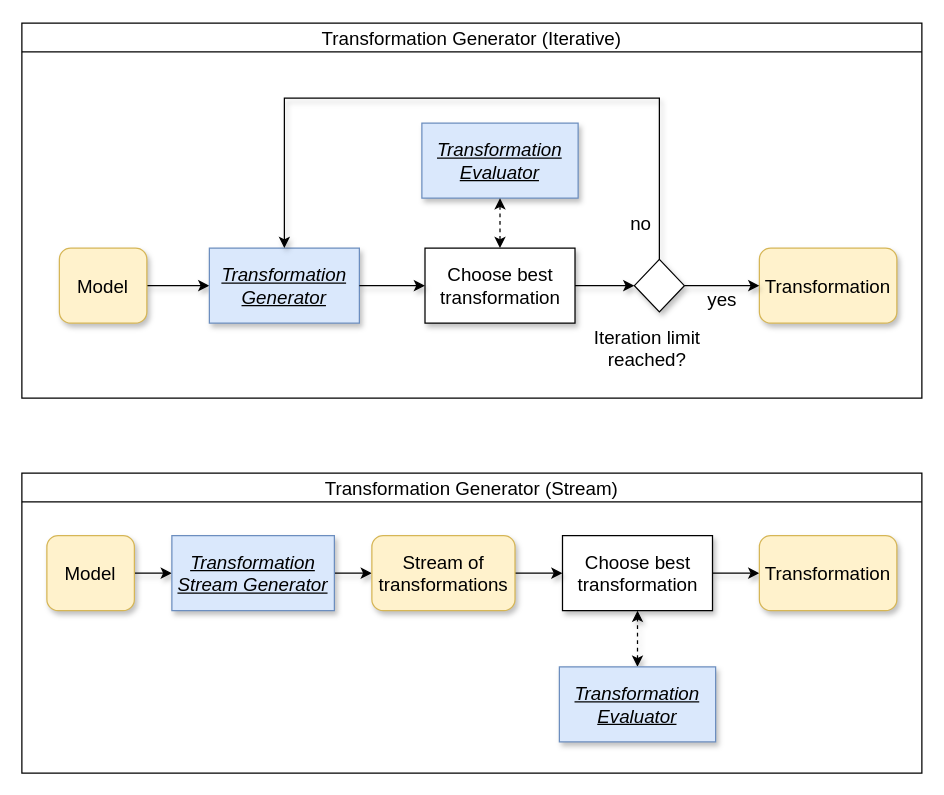
Earlier version of the draw.io diagram graphics/TransformationGen.drawio (crschnick/Master-Thesis). Source tidied: cells renumbered, new cells numbered last; positions are measured from the earlier drawing's top-left corner, leaving out a move shared by most shapes. Both pictures are drawn from the tidied source at 125%, with x=0, y=0 at pixel (21, 22).
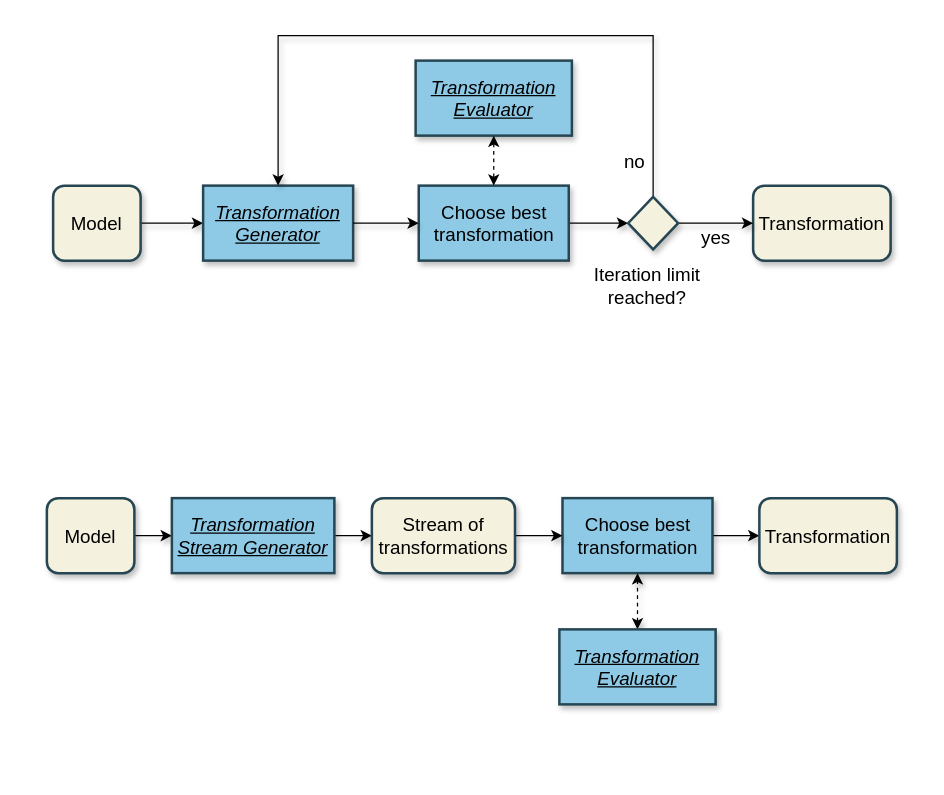
After the change.

The edit, as a diff of the source:
```diff
@@
-    <mxCell id="2" value="Transformation Generator (Iterative)" style="swimlane;sketch=0;fontSize=15;fontStyle=0;" parent="1" vertex="1">
-      <mxGeometry width="720" height="300" as="geometry" />
+    <mxCell id="2" style="swimlane;sketch=0;fontSize=15;fontStyle=0;fillColor=none;strokeColor=none;" parent="1" vertex="1">
+      <mxGeometry width="720" height="240" as="geometry" />
     </mxCell>
@@
-    <mxCell id="4" value="&lt;font style=&quot;font-size: 15px&quot;&gt;Model&lt;/font&gt;" style="rounded=1;whiteSpace=wrap;html=1;fillColor=#fff2cc;strokeColor=#d6b656;fontSize=15;shadow=1;" parent="2" vertex="1">
-      <mxGeometry x="30" y="180" width="70" height="60" as="geometry" />
+    <mxCell id="4" value="&lt;font style=&quot;font-size: 15px&quot;&gt;Model&lt;/font&gt;" style="rounded=1;whiteSpace=wrap;html=1;sketch=0;fillColor=#f4f1de;fontSize=15;shadow=1;strokeColor=#264653;strokeWidth=2;" parent="2" vertex="1">
+      <mxGeometry x="25" y="130" width="70" height="60" as="geometry" />
     </mxCell>
-    <mxCell id="5" value="&lt;u style=&quot;font-size: 15px;&quot;&gt;&lt;i style=&quot;font-size: 15px;&quot;&gt;Transformation Generator&lt;/i&gt;&lt;/u&gt;" style="rounded=0;whiteSpace=wrap;html=1;sketch=0;fillColor=#dae8fc;strokeColor=#6c8ebf;fontSize=15;shadow=1;" parent="2" vertex="1">
-      <mxGeometry x="150" y="180" width="120" height="60" as="geometry" />
+    <mxCell id="5" value="&lt;u style=&quot;font-size: 15px;&quot;&gt;&lt;i style=&quot;font-size: 15px;&quot;&gt;Transformation Generator&lt;/i&gt;&lt;/u&gt;" style="rounded=0;whiteSpace=wrap;html=1;sketch=0;fillColor=#8ecae6;strokeColor=#264653;fontSize=15;shadow=1;strokeWidth=2;glass=0;" parent="2" vertex="1">
+      <mxGeometry x="145" y="130" width="120" height="60" as="geometry" />
     </mxCell>
-    <mxCell id="6" value="&lt;font style=&quot;font-size: 15px&quot;&gt;Transformation&lt;/font&gt;" style="rounded=1;whiteSpace=wrap;html=1;sketch=0;fillColor=#fff2cc;strokeColor=#d6b656;fontSize=15;shadow=1;" parent="2" vertex="1">
-      <mxGeometry x="590" y="180" width="110" height="60" as="geometry" />
+    <mxCell id="6" value="&lt;font style=&quot;font-size: 15px&quot;&gt;Transformation&lt;/font&gt;" style="rounded=1;whiteSpace=wrap;html=1;sketch=0;fillColor=#f4f1de;fontSize=15;shadow=1;strokeColor=#264653;strokeWidth=2;" parent="2" vertex="1">
+      <mxGeometry x="585" y="130" width="110" height="60" as="geometry" />
     </mxCell>
@@
-    <mxCell id="8" value="Choose best transformation" style="rounded=0;whiteSpace=wrap;html=1;sketch=0;fontSize=15;shadow=1;" parent="2" vertex="1">
-      <mxGeometry x="322.5" y="180" width="120" height="60" as="geometry" />
+    <mxCell id="8" value="Choose best transformation" style="rounded=0;whiteSpace=wrap;html=1;sketch=0;fillColor=#8ecae6;strokeColor=#264653;fontSize=15;shadow=1;strokeWidth=2;glass=0;" parent="2" vertex="1">
+      <mxGeometry x="317.5" y="130" width="120" height="60" as="geometry" />
     </mxCell>
@@
     <mxCell id="10" value="&lt;div style=&quot;font-size: 15px;&quot;&gt;Iteration limit&lt;/div&gt;&lt;div style=&quot;font-size: 15px;&quot;&gt;reached?&lt;/div&gt;" style="text;html=1;align=center;verticalAlign=middle;strokeColor=none;fontSize=15;shadow=1;" parent="2" vertex="1">
-      <mxGeometry x="450" y="240" width="100" height="40" as="geometry" />
+      <mxGeometry x="450" y="190" width="100" height="40" as="geometry" />
     </mxCell>
     <mxCell id="11" value="&lt;div style=&quot;font-size: 15px;&quot;&gt;yes&lt;/div&gt;" style="text;html=1;align=center;verticalAlign=middle;strokeColor=none;fontSize=15;shadow=1;" parent="2" vertex="1">
-      <mxGeometry x="540" y="211" width="40" height="20" as="geometry" />
+      <mxGeometry x="535" y="161" width="40" height="20" as="geometry" />
     </mxCell>
     <mxCell id="12" value="no" style="text;html=1;align=center;verticalAlign=middle;strokeColor=none;fontSize=15;shadow=1;" parent="2" vertex="1">
-      <mxGeometry x="480" y="150" width="30" height="20" as="geometry" />
+      <mxGeometry x="475" y="100" width="30" height="20" as="geometry" />
     </mxCell>
@@
     <mxCell id="14" style="edgeStyle=orthogonalEdgeStyle;rounded=0;jettySize=auto;html=1;entryX=0.5;entryY=0;entryDx=0;entryDy=0;fontSize=15;shadow=1;" parent="2" edge="1" source="15" target="5">
       <mxGeometry relative="1" as="geometry">
         <Array as="points">
-          <mxPoint x="510" y="60" />
-          <mxPoint x="210" y="60" />
+          <mxPoint x="505" y="10" />
+          <mxPoint x="205" y="10" />
         </Array>
       </mxGeometry>
     </mxCell>
-    <mxCell id="15" style="rhombus;whiteSpace=wrap;html=1;shadow=1;sketch=0;fontSize=15;" parent="2" vertex="1">
-      <mxGeometry x="490" y="189" width="40" height="42" as="geometry" />
+    <mxCell id="15" style="rhombus;whiteSpace=wrap;html=1;shadow=1;sketch=0;fontSize=15;strokeWidth=2;strokeColor=#264653;fillColor=#F4F1DE;" parent="2" vertex="1">
+      <mxGeometry x="485" y="139" width="40" height="42" as="geometry" />
     </mxCell>
-    <mxCell id="16" value="&lt;div&gt;&lt;u&gt;&lt;i&gt;Transformation&lt;/i&gt;&lt;/u&gt;&lt;/div&gt;&lt;div&gt;&lt;u&gt;&lt;i&gt;Evaluator&lt;/i&gt;&lt;/u&gt;&lt;/div&gt;" style="rounded=0;whiteSpace=wrap;html=1;sketch=0;fontSize=15;shadow=1;fillColor=#dae8fc;strokeColor=#6c8ebf;" parent="2" vertex="1">
-      <mxGeometry x="320" y="80" width="125" height="60" as="geometry" />
+    <mxCell id="16" value="&lt;div&gt;&lt;u&gt;&lt;i&gt;Transformation&lt;/i&gt;&lt;/u&gt;&lt;/div&gt;&lt;div&gt;&lt;u&gt;&lt;i&gt;Evaluator&lt;/i&gt;&lt;/u&gt;&lt;/div&gt;" style="rounded=0;whiteSpace=wrap;html=1;sketch=0;fillColor=#8ecae6;strokeColor=#264653;fontSize=15;shadow=1;strokeWidth=2;glass=0;" parent="2" vertex="1">
+      <mxGeometry x="315" y="30" width="125" height="60" as="geometry" />
     </mxCell>
@@
-    <mxCell id="18" value="Transformation Generator (Stream)" style="swimlane;sketch=0;fontSize=15;fontStyle=0;" parent="1" vertex="1">
-      <mxGeometry y="360" width="720" height="240" as="geometry" />
+    <mxCell id="18" style="swimlane;sketch=0;fontSize=15;fontStyle=0;fillColor=none;strokeColor=none;" parent="1" vertex="1">
+      <mxGeometry y="360" width="720" height="210" as="geometry" />
     </mxCell>
@@
-    <mxCell id="20" value="&lt;font style=&quot;font-size: 15px&quot;&gt;Model&lt;/font&gt;" style="rounded=1;whiteSpace=wrap;html=1;fontSize=15;fillColor=#fff2cc;strokeColor=#d6b656;shadow=1;" parent="18" vertex="1">
-      <mxGeometry x="20" y="50" width="70" height="60" as="geometry" />
+    <mxCell id="20" value="&lt;font style=&quot;font-size: 15px&quot;&gt;Model&lt;/font&gt;" style="rounded=1;whiteSpace=wrap;html=1;sketch=0;fillColor=#f4f1de;fontSize=15;shadow=1;strokeColor=#264653;strokeWidth=2;" parent="18" vertex="1">
+      <mxGeometry x="20" y="20" width="70" height="60" as="geometry" />
     </mxCell>
@@
-    <mxCell id="22" value="&lt;u style=&quot;font-size: 15px&quot;&gt;&lt;i style=&quot;font-size: 15px&quot;&gt;Transformation Stream Generator&lt;/i&gt;&lt;/u&gt;" style="rounded=0;whiteSpace=wrap;html=1;sketch=0;fontSize=15;shadow=1;fillColor=#dae8fc;strokeColor=#6c8ebf;" parent="18" vertex="1">
-      <mxGeometry x="120" y="50" width="130" height="60" as="geometry" />
+    <mxCell id="22" value="&lt;u style=&quot;font-size: 15px&quot;&gt;&lt;i style=&quot;font-size: 15px&quot;&gt;Transformation Stream Generator&lt;/i&gt;&lt;/u&gt;" style="rounded=0;whiteSpace=wrap;html=1;sketch=0;fillColor=#8ecae6;strokeColor=#264653;fontSize=15;shadow=1;strokeWidth=2;glass=0;" parent="18" vertex="1">
+      <mxGeometry x="120" y="20" width="130" height="60" as="geometry" />
     </mxCell>
@@
-    <mxCell id="24" value="Choose best transformation" style="rounded=0;whiteSpace=wrap;html=1;sketch=0;fontSize=15;shadow=1;" parent="18" vertex="1">
-      <mxGeometry x="432.5" y="50" width="120" height="60" as="geometry" />
+    <mxCell id="24" value="Choose best transformation" style="rounded=0;whiteSpace=wrap;html=1;sketch=0;fillColor=#8ecae6;strokeColor=#264653;fontSize=15;shadow=1;strokeWidth=2;glass=0;" parent="18" vertex="1">
+      <mxGeometry x="432.5" y="20" width="120" height="60" as="geometry" />
     </mxCell>
@@
-    <mxCell id="26" value="&lt;font style=&quot;font-size: 15px;&quot;&gt;Transformation&lt;/font&gt;" style="rounded=1;whiteSpace=wrap;html=1;fontSize=15;fillColor=#fff2cc;strokeColor=#d6b656;shadow=1;" parent="18" vertex="1">
-      <mxGeometry x="590" y="50" width="110" height="60" as="geometry" />
+    <mxCell id="26" value="&lt;font style=&quot;font-size: 15px;&quot;&gt;Transformation&lt;/font&gt;" style="rounded=1;whiteSpace=wrap;html=1;sketch=0;fillColor=#f4f1de;fontSize=15;shadow=1;strokeColor=#264653;strokeWidth=2;" parent="18" vertex="1">
+      <mxGeometry x="590" y="20" width="110" height="60" as="geometry" />
     </mxCell>
@@
-    <mxCell id="28" value="&lt;font style=&quot;font-size: 15px&quot;&gt;Stream of transformations&lt;/font&gt;" style="rounded=1;whiteSpace=wrap;html=1;fontSize=15;fillColor=#fff2cc;strokeColor=#d6b656;shadow=1;" parent="18" vertex="1">
-      <mxGeometry x="280" y="50" width="114.5" height="60" as="geometry" />
+    <mxCell id="28" value="&lt;font style=&quot;font-size: 15px&quot;&gt;Stream of transformations&lt;/font&gt;" style="rounded=1;whiteSpace=wrap;html=1;sketch=0;fillColor=#f4f1de;fontSize=15;shadow=1;strokeColor=#264653;strokeWidth=2;" parent="18" vertex="1">
+      <mxGeometry x="280" y="20" width="114.5" height="60" as="geometry" />
     </mxCell>
-    <mxCell id="29" value="&lt;div&gt;&lt;u&gt;&lt;i&gt;Transformation&lt;/i&gt;&lt;/u&gt;&lt;/div&gt;&lt;div&gt;&lt;u&gt;&lt;i&gt;Evaluator&lt;/i&gt;&lt;/u&gt;&lt;/div&gt;" style="rounded=0;whiteSpace=wrap;html=1;sketch=0;fontSize=15;shadow=1;fillColor=#dae8fc;strokeColor=#6c8ebf;" parent="18" vertex="1">
-      <mxGeometry x="430" y="155" width="125" height="60" as="geometry" />
+    <mxCell id="29" value="&lt;div&gt;&lt;u&gt;&lt;i&gt;Transformation&lt;/i&gt;&lt;/u&gt;&lt;/div&gt;&lt;div&gt;&lt;u&gt;&lt;i&gt;Evaluator&lt;/i&gt;&lt;/u&gt;&lt;/div&gt;" style="rounded=0;whiteSpace=wrap;html=1;sketch=0;fillColor=#8ecae6;strokeColor=#264653;fontSize=15;shadow=1;strokeWidth=2;glass=0;" parent="18" vertex="1">
+      <mxGeometry x="430" y="125" width="125" height="60" as="geometry" />
     </mxCell>
```
